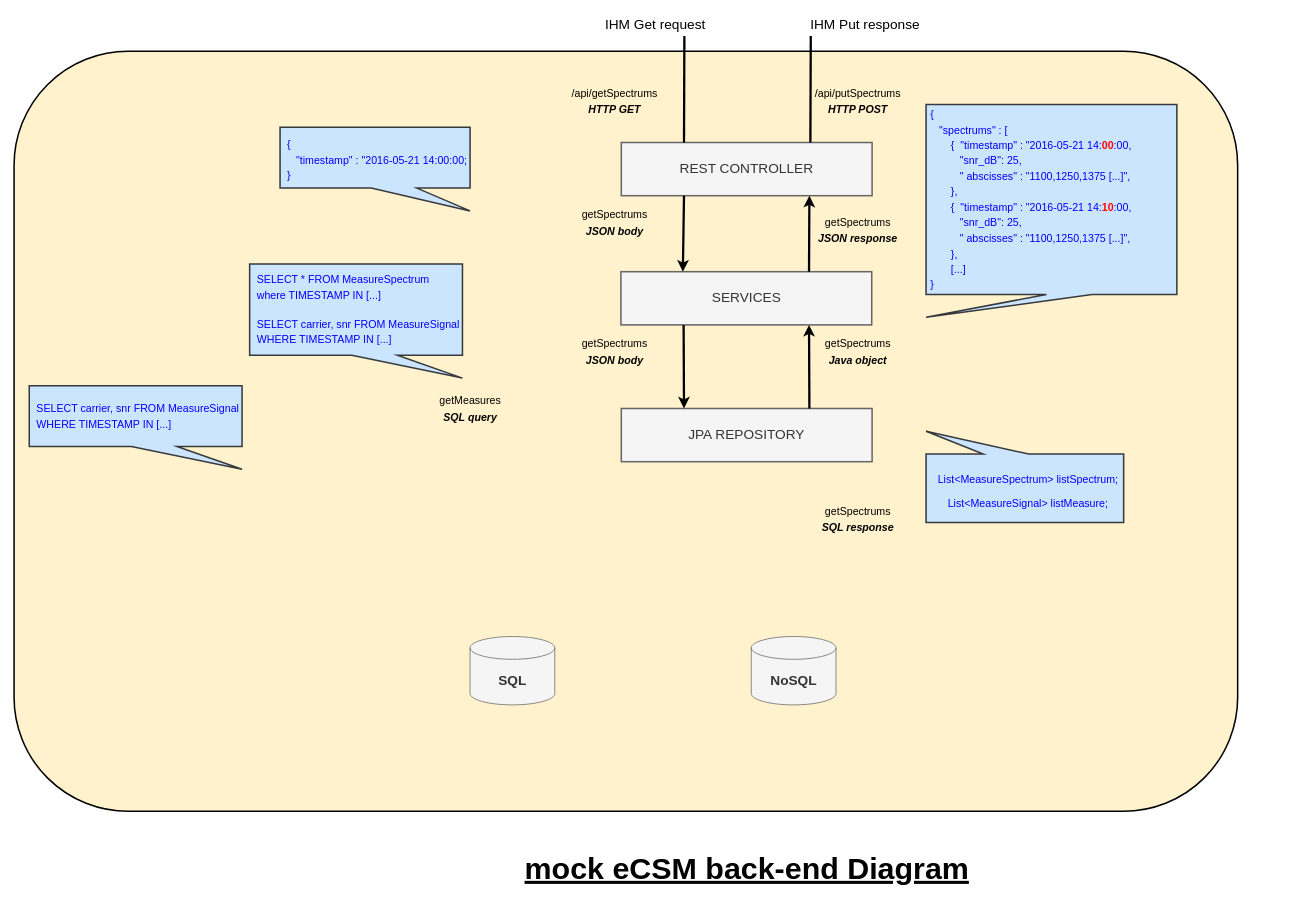
This is Diagram DTO - with NoSQL.drawio from Viperine2022/dockerapp, a draw.io file, before an edit. Source tidied: cells renumbered, new cells numbered last; positions are measured from the earlier drawing's top-left corner, leaving out a move shared by most shapes. Both pictures are drawn from the tidied source at 76%, with x=0, y=0 at pixel (14, 13).
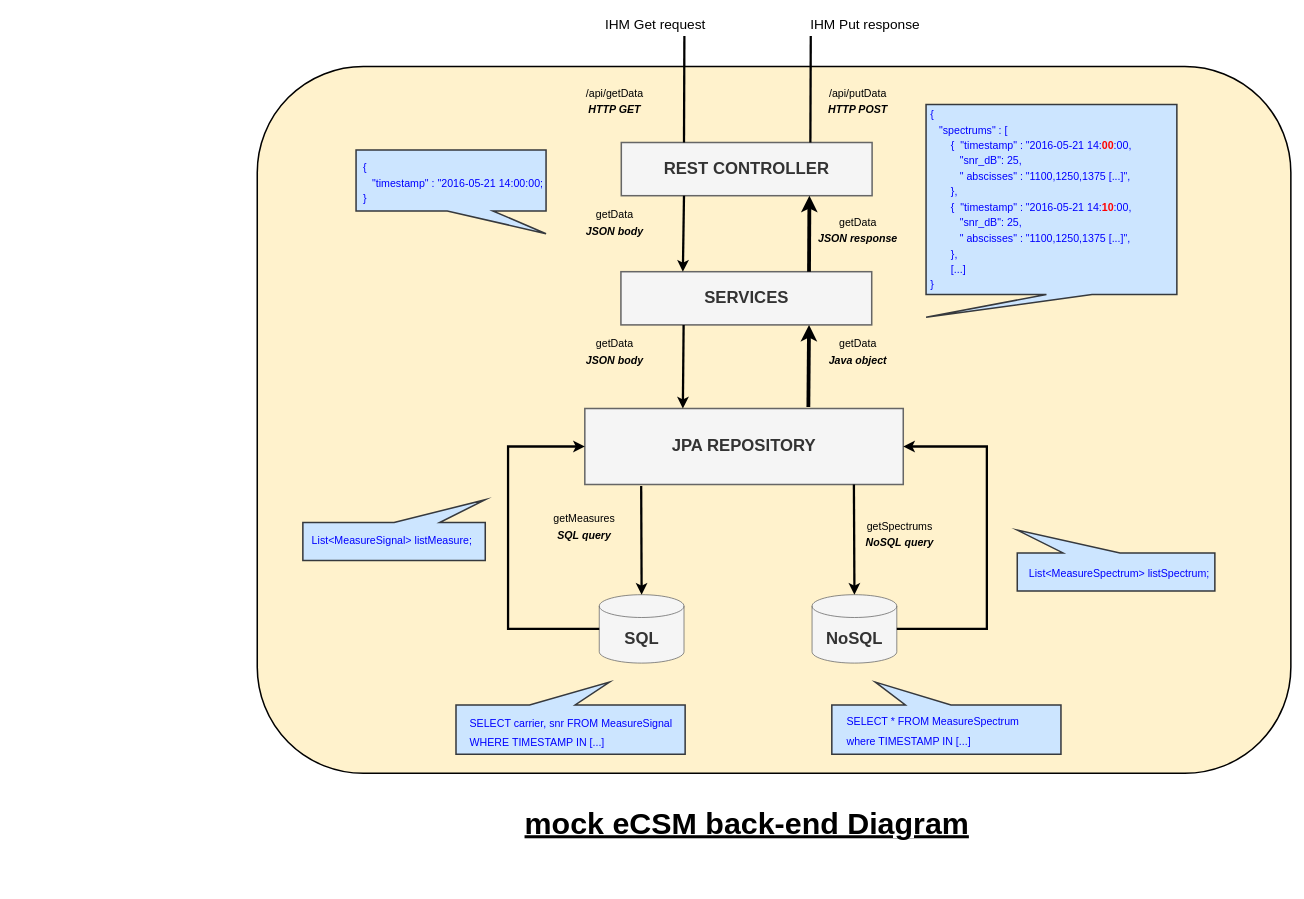
The same page after the edit.

Diff of the diagram source:
```diff
@@
     <mxCell id="2" style="rounded=1;whiteSpace=wrap;html=1;strokeColor=#000000;strokeWidth=2;fillColor=#fff2cc;" parent="1" vertex="1">
-      <mxGeometry y="50" width="1610" height="1000" as="geometry" />
+      <mxGeometry x="320" y="70" width="1360" height="930" as="geometry" />
     </mxCell>
-    <mxCell id="3" value="&lt;font style=&quot;font-size: 18px&quot;&gt;&lt;b&gt;&lt;font style=&quot;font-size: 18px&quot;&gt;SQL&lt;/font&gt;&lt;/b&gt;&lt;/font&gt;" style="shape=cylinder3;whiteSpace=wrap;html=1;boundedLbl=1;backgroundOutline=1;size=15;fillColor=#f5f5f5;fontColor=#333333;strokeColor=#666666;" parent="1" vertex="1">
-      <mxGeometry x="600" y="820" width="111.5" height="90" as="geometry" />
+    <mxCell id="3" value="&lt;font style=&quot;font-size: 22px&quot;&gt;&lt;b&gt;&lt;font style=&quot;font-size: 22px&quot;&gt;SQL&lt;/font&gt;&lt;/b&gt;&lt;/font&gt;" style="shape=cylinder3;whiteSpace=wrap;html=1;boundedLbl=1;backgroundOutline=1;size=15;fillColor=#f5f5f5;fontColor=#333333;strokeColor=#666666;" parent="1" vertex="1">
+      <mxGeometry x="770" y="765" width="111.5" height="90" as="geometry" />
     </mxCell>
     <mxCell id="4" value="&lt;font style=&quot;font-size: 40px&quot;&gt;&lt;font style=&quot;font-size: 40px&quot;&gt;&lt;u&gt;&lt;b&gt;&lt;font style=&quot;font-size: 40px&quot;&gt;mock eCSM back-end Diagram&lt;/font&gt;&lt;/b&gt;&lt;/u&gt;&lt;br&gt;&lt;/font&gt;&lt;/font&gt;" style="text;html=1;align=center;verticalAlign=middle;strokeColor=none;fillColor=none;" parent="1" vertex="1">
-      <mxGeometry x="664" y="1110" width="600" height="30" as="geometry" />
+      <mxGeometry x="664" y="1050" width="600" height="30" as="geometry" />
     </mxCell>
-    <mxCell id="5" value="&lt;font style=&quot;font-size: 18px&quot;&gt;REST CONTROLLER&lt;/font&gt;" style="rounded=0;whiteSpace=wrap;html=1;strokeWidth=2;fillColor=#f5f5f5;fontColor=#333333;strokeColor=#666666;" parent="1" vertex="1">
+    <mxCell id="5" value="&lt;b&gt;&lt;font style=&quot;font-size: 22px&quot;&gt;REST CONTROLLER&lt;/font&gt;&lt;/b&gt;" style="rounded=0;whiteSpace=wrap;html=1;strokeWidth=2;fillColor=#f5f5f5;fontColor=#333333;strokeColor=#666666;" parent="1" vertex="1">
       <mxGeometry x="799" y="170" width="330" height="70" as="geometry" />
     </mxCell>
@@
-    <mxCell id="7" value="&lt;font style=&quot;font-size: 18px&quot;&gt;SERVICES&lt;/font&gt;" style="rounded=0;whiteSpace=wrap;html=1;strokeWidth=2;fillColor=#f5f5f5;fontColor=#333333;strokeColor=#666666;" parent="1" vertex="1">
+    <mxCell id="7" value="&lt;font style=&quot;font-size: 22px&quot;&gt;&lt;b&gt;&lt;font style=&quot;font-size: 22px&quot;&gt;SERVICES&lt;/font&gt;&lt;/b&gt;&lt;/font&gt;" style="rounded=0;whiteSpace=wrap;html=1;strokeWidth=2;fillColor=#f5f5f5;fontColor=#333333;strokeColor=#666666;" parent="1" vertex="1">
       <mxGeometry x="798.5" y="340" width="330" height="70" as="geometry" />
     </mxCell>
@@
-    <mxCell id="9" value="&lt;font style=&quot;font-size: 18px&quot;&gt;JPA REPOSITORY&lt;/font&gt;" style="rounded=0;whiteSpace=wrap;html=1;strokeWidth=2;fillColor=#f5f5f5;fontColor=#333333;strokeColor=#666666;" parent="1" vertex="1">
-      <mxGeometry x="799" y="520" width="330" height="70" as="geometry" />
+    <mxCell id="9" value="&lt;b&gt;&lt;font style=&quot;font-size: 22px&quot;&gt;JPA REPOSITORY&lt;/font&gt;&lt;/b&gt;" style="rounded=0;whiteSpace=wrap;html=1;strokeWidth=2;fillColor=#f5f5f5;fontColor=#333333;strokeColor=#666666;" parent="1" vertex="1">
+      <mxGeometry x="751" y="520" width="419" height="100" as="geometry" />
     </mxCell>
-    <mxCell id="10" style="endArrow=classic;html=1;rounded=0;fontSize=18;strokeWidth=3;exitX=0.25;exitY=1;exitDx=0;exitDy=0;entryX=0.25;entryY=0;entryDx=0;entryDy=0;" parent="1" edge="1" source="7" target="9">
-      <mxGeometry relative="1" as="geometry" />
+    <mxCell id="10" style="endArrow=classic;html=1;rounded=0;fontSize=18;strokeWidth=3;exitX=0.25;exitY=1;exitDx=0;exitDy=0;" parent="1" edge="1" source="7">
+      <mxGeometry relative="1" as="geometry">
+        <mxPoint x="880" y="520" as="targetPoint" />
+      </mxGeometry>
     </mxCell>
-    <mxCell id="11" value="&lt;div&gt;&lt;font style=&quot;font-size: 14px&quot;&gt;getSpectrums&lt;/font&gt;&lt;/div&gt;&lt;div&gt;&lt;font style=&quot;font-size: 14px&quot;&gt;&lt;b&gt;&lt;i&gt;JSON body&lt;/i&gt;&lt;/b&gt;&lt;br&gt;&lt;/font&gt;&lt;/div&gt;" style="text;html=1;align=center;verticalAlign=middle;strokeColor=none;fillColor=none;fontSize=18;" parent="1" vertex="1">
-      <mxGeometry x="740" y="250" width="100" height="50" as="geometry" />
+    <mxCell id="11" value="&lt;div&gt;&lt;font style=&quot;font-size: 14px&quot;&gt;getData&lt;/font&gt;&lt;/div&gt;&lt;div&gt;&lt;font style=&quot;font-size: 14px&quot;&gt;&lt;b&gt;&lt;i&gt;JSON body&lt;/i&gt;&lt;/b&gt;&lt;br&gt;&lt;/font&gt;&lt;/div&gt;" style="text;html=1;align=center;verticalAlign=middle;strokeColor=none;fillColor=none;fontSize=18;" parent="1" vertex="1">
+      <mxGeometry x="745" y="250" width="90" height="50" as="geometry" />
     </mxCell>
-    <mxCell id="12" value="&lt;div&gt;&lt;font style=&quot;font-size: 14px&quot;&gt;getSpectrums&lt;/font&gt;&lt;/div&gt;&lt;div&gt;&lt;font style=&quot;font-size: 14px&quot;&gt;&lt;b&gt;&lt;i&gt;JSON body&lt;/i&gt;&lt;/b&gt;&lt;br&gt;&lt;/font&gt;&lt;/div&gt;" style="text;html=1;align=center;verticalAlign=middle;strokeColor=none;fillColor=none;fontSize=18;" parent="1" vertex="1">
-      <mxGeometry x="740" y="420" width="100" height="50" as="geometry" />
+    <mxCell id="12" value="&lt;div&gt;&lt;font style=&quot;font-size: 14px&quot;&gt;getData&lt;/font&gt;&lt;/div&gt;&lt;div&gt;&lt;font style=&quot;font-size: 14px&quot;&gt;&lt;b&gt;&lt;i&gt;JSON body&lt;/i&gt;&lt;/b&gt;&lt;br&gt;&lt;/font&gt;&lt;/div&gt;" style="text;html=1;align=center;verticalAlign=middle;strokeColor=none;fillColor=none;fontSize=18;" parent="1" vertex="1">
+      <mxGeometry x="745" y="420" width="90" height="50" as="geometry" />
     </mxCell>
     <mxCell id="13" value="&lt;div&gt;&lt;font style=&quot;font-size: 14px&quot;&gt;getMeasures&lt;/font&gt;&lt;/div&gt;&lt;div&gt;&lt;font style=&quot;font-size: 14px&quot;&gt;&lt;b&gt;&lt;i&gt;SQL query &lt;br&gt;&lt;/i&gt;&lt;/b&gt;&lt;/font&gt;&lt;/div&gt;" style="text;html=1;align=center;verticalAlign=middle;strokeColor=none;fillColor=none;fontSize=18;" parent="1" vertex="1">
-      <mxGeometry x="550" y="495" width="100" height="50" as="geometry" />
+      <mxGeometry x="700" y="650" width="100" height="50" as="geometry" />
     </mxCell>
-    <mxCell id="14" value="&lt;div&gt;&lt;font style=&quot;font-size: 14px&quot;&gt;getSpectrums&lt;/font&gt;&lt;/div&gt;&lt;div&gt;&lt;font style=&quot;font-size: 14px&quot;&gt;&lt;b&gt;&lt;i&gt;SQL response&lt;br&gt;&lt;/i&gt;&lt;/b&gt;&lt;/font&gt;&lt;/div&gt;" style="text;html=1;align=center;verticalAlign=middle;strokeColor=none;fillColor=none;fontSize=18;" parent="1" vertex="1">
-      <mxGeometry x="1055" y="640" width="110" height="50" as="geometry" />
+    <mxCell id="14" value="&lt;div&gt;&lt;font style=&quot;font-size: 14px&quot;&gt;getSpectrums&lt;/font&gt;&lt;/div&gt;&lt;div&gt;&lt;font style=&quot;font-size: 14px&quot;&gt;&lt;b&gt;&lt;i&gt;NoSQL query&lt;br&gt;&lt;/i&gt;&lt;/b&gt;&lt;/font&gt;&lt;/div&gt;" style="text;html=1;align=center;verticalAlign=middle;strokeColor=none;fillColor=none;fontSize=18;" parent="1" vertex="1">
+      <mxGeometry x="1115" y="660" width="100" height="50" as="geometry" />
     </mxCell>
-    <mxCell id="15" style="endArrow=classic;html=1;rounded=0;fontSize=18;strokeWidth=3;entryX=0.75;entryY=1;entryDx=0;entryDy=0;exitX=0.75;exitY=0;exitDx=0;exitDy=0;" parent="1" edge="1" source="9" target="7">
+    <mxCell id="15" style="endArrow=classic;html=1;rounded=0;fontSize=18;strokeWidth=5;entryX=0.75;entryY=1;entryDx=0;entryDy=0;exitX=0.702;exitY=-0.02;exitDx=0;exitDy=0;exitPerimeter=0;" parent="1" edge="1" source="9" target="7">
       <mxGeometry relative="1" as="geometry" />
     </mxCell>
-    <mxCell id="16" value="&lt;div&gt;&lt;font style=&quot;font-size: 14px&quot;&gt;getSpectrums&lt;/font&gt;&lt;/div&gt;&lt;div&gt;&lt;font style=&quot;font-size: 14px&quot;&gt;&lt;b&gt;&lt;i&gt;Java object&lt;br&gt;&lt;/i&gt;&lt;/b&gt;&lt;/font&gt;&lt;/div&gt;" style="text;html=1;align=center;verticalAlign=middle;strokeColor=none;fillColor=none;fontSize=18;" parent="1" vertex="1">
-      <mxGeometry x="1060" y="420" width="100" height="50" as="geometry" />
+    <mxCell id="16" value="&lt;div&gt;&lt;font style=&quot;font-size: 14px&quot;&gt;getData&lt;/font&gt;&lt;/div&gt;&lt;div&gt;&lt;font style=&quot;font-size: 14px&quot;&gt;&lt;b&gt;&lt;i&gt;Java object&lt;br&gt;&lt;/i&gt;&lt;/b&gt;&lt;/font&gt;&lt;/div&gt;" style="text;html=1;align=center;verticalAlign=middle;strokeColor=none;fillColor=none;fontSize=18;" parent="1" vertex="1">
+      <mxGeometry x="1065" y="420" width="90" height="50" as="geometry" />
     </mxCell>
-    <mxCell id="17" style="endArrow=classic;html=1;rounded=0;fontSize=18;strokeWidth=3;exitX=0.75;exitY=0;exitDx=0;exitDy=0;entryX=0.75;entryY=1;entryDx=0;entryDy=0;" parent="1" edge="1" source="7" target="5">
+    <mxCell id="17" style="endArrow=classic;html=1;rounded=0;fontSize=18;strokeWidth=5;exitX=0.75;exitY=0;exitDx=0;exitDy=0;entryX=0.75;entryY=1;entryDx=0;entryDy=0;" parent="1" edge="1" source="7" target="5">
       <mxGeometry relative="1" as="geometry" />
     </mxCell>
-    <mxCell id="18" value="&lt;div&gt;&lt;font style=&quot;font-size: 14px&quot;&gt;getSpectrums&lt;/font&gt;&lt;/div&gt;&lt;div&gt;&lt;font style=&quot;font-size: 14px&quot;&gt;&lt;b&gt;&lt;i&gt;JSON response&lt;br&gt;&lt;/i&gt;&lt;/b&gt;&lt;/font&gt;&lt;/div&gt;" style="text;html=1;align=center;verticalAlign=middle;strokeColor=none;fillColor=none;fontSize=18;" parent="1" vertex="1">
+    <mxCell id="18" value="&lt;div&gt;&lt;font style=&quot;font-size: 14px&quot;&gt;getData&lt;/font&gt;&lt;/div&gt;&lt;div&gt;&lt;font style=&quot;font-size: 14px&quot;&gt;&lt;b&gt;&lt;i&gt;JSON response&lt;br&gt;&lt;/i&gt;&lt;/b&gt;&lt;/font&gt;&lt;/div&gt;" style="text;html=1;align=center;verticalAlign=middle;strokeColor=none;fillColor=none;fontSize=18;" parent="1" vertex="1">
       <mxGeometry x="1050" y="260" width="120" height="50" as="geometry" />
     </mxCell>
     <mxCell id="19" value="&lt;p&gt;&lt;font style=&quot;font-size: 14px&quot; color=&quot;#0000FF&quot;&gt;&lt;br&gt;&lt;/font&gt;&lt;/p&gt;&lt;p&gt;&lt;font style=&quot;font-size: 14px&quot; color=&quot;#0000FF&quot;&gt;&amp;nbsp; {&lt;br&gt;&amp;nbsp; &amp;nbsp;&amp;nbsp; &quot;timestamp&quot; : &quot;2016-05-21 14:00:00;&lt;font style=&quot;font-size: 14px&quot;&gt;&lt;br&gt;&amp;nbsp; }&lt;/font&gt;&lt;br&gt;&lt;/font&gt;&lt;/p&gt;&lt;p style=&quot;font-size: 14px&quot; align=&quot;left&quot;&gt;&lt;font style=&quot;font-size: 14px&quot; color=&quot;#0000FF&quot;&gt;&lt;br&gt;&lt;/font&gt;&lt;/p&gt;" style="shape=callout;whiteSpace=wrap;html=1;perimeter=calloutPerimeter;fontSize=17;strokeColor=#36393d;strokeWidth=2;position2=1;base=60;size=30;position=0.48;fillColor=#cce5ff;align=left;" parent="1" vertex="1">
-      <mxGeometry x="350" y="150" width="250" height="110" as="geometry" />
+      <mxGeometry x="450" y="180" width="250" height="110" as="geometry" />
     </mxCell>
-    <mxCell id="20" value="&lt;p&gt;&lt;font style=&quot;font-size: 14px&quot; color=&quot;#0000FF&quot;&gt;&amp;nbsp; SELECT carrier, snr FROM MeasureSignal &lt;br&gt;&amp;nbsp; WHERE TIMESTAMP IN [...]&lt;br&gt;&lt;/font&gt;&lt;/p&gt;" style="shape=callout;whiteSpace=wrap;html=1;perimeter=calloutPerimeter;fontSize=17;strokeColor=#36393d;strokeWidth=2;position2=1;base=60;size=30;position=0.48;fillColor=#cce5ff;align=left;" parent="1" vertex="1">
-      <mxGeometry x="20" y="490" width="280" height="110" as="geometry" />
+    <mxCell id="20" style="shape=callout;whiteSpace=wrap;html=1;perimeter=calloutPerimeter;fontSize=17;strokeColor=#36393d;strokeWidth=2;position2=0.33;base=60;size=30;position=0.48;fillColor=#cce5ff;align=left;rotation=-180;" parent="1" vertex="1">
+      <mxGeometry x="581.5" y="880" width="301.5" height="95" as="geometry" />
     </mxCell>
-    <mxCell id="21" style="shape=callout;whiteSpace=wrap;html=1;perimeter=calloutPerimeter;fontSize=17;strokeColor=#36393d;strokeWidth=2;position2=1;base=60;size=30;position=0.48;fillColor=#cce5ff;align=left;rotation=-180;" parent="1" vertex="1">
-      <mxGeometry x="1200" y="550" width="260" height="120" as="geometry" />
+    <mxCell id="21" style="shape=callout;whiteSpace=wrap;html=1;perimeter=calloutPerimeter;fontSize=17;strokeColor=#36393d;strokeWidth=2;position2=0;base=60;size=30;position=0.25;fillColor=#cce5ff;align=left;rotation=-180;" parent="1" vertex="1">
+      <mxGeometry x="380" y="640" width="240" height="80" as="geometry" />
     </mxCell>
@@
-    <mxCell id="23" value="&lt;br&gt;&lt;p&gt;&lt;font style=&quot;font-size: 14px&quot; color=&quot;#0000FF&quot;&gt;&amp;nbsp; List&amp;lt;MeasureSpectrum&amp;gt; listSpectrum;&lt;/font&gt;&lt;/p&gt;&lt;p&gt;&lt;font style=&quot;font-size: 14px&quot; color=&quot;#0000FF&quot;&gt;&amp;nbsp; List&amp;lt;MeasureSignal&amp;gt; listMeasure;&lt;br&gt;&lt;/font&gt;&lt;/p&gt;&lt;br&gt;&lt;br&gt;" style="text;html=1;align=center;verticalAlign=middle;strokeColor=none;fillColor=none;fontSize=14;fontFamily=Helvetica;fontColor=#0000FF;" parent="1" vertex="1">
-      <mxGeometry x="1200" y="572.5" width="260" height="130" as="geometry" />
+    <mxCell id="23" value="&lt;div&gt;&lt;font style=&quot;font-size: 14px&quot; color=&quot;#0000FF&quot;&gt;&lt;br&gt;&lt;/font&gt;&lt;/div&gt;&lt;div&gt;&lt;font style=&quot;font-size: 14px&quot; color=&quot;#0000FF&quot;&gt;&amp;nbsp;List&amp;lt;MeasureSignal&amp;gt; listMeasure;&lt;/font&gt;&lt;/div&gt;" style="text;html=1;align=center;verticalAlign=middle;strokeColor=none;fillColor=none;fontSize=14;fontFamily=Helvetica;fontColor=#0000FF;" parent="1" vertex="1">
+      <mxGeometry x="380" y="665" width="230" height="40" as="geometry" />
     </mxCell>
@@
-    <mxCell id="26" value="&lt;div&gt;&lt;font style=&quot;font-size: 14px&quot;&gt;/api/getSpectrums&lt;/font&gt;&lt;/div&gt;&lt;div&gt;&lt;font style=&quot;font-size: 14px&quot;&gt;&lt;i&gt;&lt;b&gt;HTTP GET&lt;/b&gt;&lt;/i&gt;&lt;br&gt;&lt;/font&gt;&lt;/div&gt;" style="text;html=1;align=center;verticalAlign=middle;strokeColor=none;fillColor=none;fontSize=18;" parent="1" vertex="1">
-      <mxGeometry x="725" y="90" width="130" height="50" as="geometry" />
+    <mxCell id="26" value="&lt;div&gt;&lt;font style=&quot;font-size: 14px&quot;&gt;/api/getData&lt;/font&gt;&lt;/div&gt;&lt;div&gt;&lt;font style=&quot;font-size: 14px&quot;&gt;&lt;i&gt;&lt;b&gt;HTTP GET&lt;/b&gt;&lt;/i&gt;&lt;br&gt;&lt;/font&gt;&lt;/div&gt;" style="text;html=1;align=center;verticalAlign=middle;strokeColor=none;fillColor=none;fontSize=18;" parent="1" vertex="1">
+      <mxGeometry x="745" y="90" width="90" height="50" as="geometry" />
     </mxCell>
-    <mxCell id="27" value="&lt;div&gt;&lt;font style=&quot;font-size: 14px&quot;&gt;/api/putSpectrums&lt;/font&gt;&lt;/div&gt;&lt;div&gt;&lt;font style=&quot;font-size: 14px&quot;&gt;&lt;i&gt;&lt;b&gt;HTTP POST&lt;/b&gt;&lt;/i&gt;&lt;br&gt;&lt;/font&gt;&lt;/div&gt;" style="text;html=1;align=center;verticalAlign=middle;strokeColor=none;fillColor=none;fontSize=18;" parent="1" vertex="1">
-      <mxGeometry x="1045" y="90" width="130" height="50" as="geometry" />
+    <mxCell id="27" value="&lt;div&gt;&lt;font style=&quot;font-size: 14px&quot;&gt;/api/putData&lt;/font&gt;&lt;/div&gt;&lt;div&gt;&lt;font style=&quot;font-size: 14px&quot;&gt;&lt;i&gt;&lt;b&gt;HTTP POST&lt;/b&gt;&lt;/i&gt;&lt;br&gt;&lt;/font&gt;&lt;/div&gt;" style="text;html=1;align=center;verticalAlign=middle;strokeColor=none;fillColor=none;fontSize=18;" parent="1" vertex="1">
+      <mxGeometry x="1065" y="90" width="90" height="50" as="geometry" />
     </mxCell>
@@
-    <mxCell id="29" value="&lt;p&gt;&lt;font style=&quot;font-size: 14px&quot; color=&quot;#0000FF&quot;&gt;&amp;nbsp; SELECT * FROM MeasureSpectrum&lt;br&gt;&amp;nbsp; where TIMESTAMP IN [...]&lt;br&gt;&lt;/font&gt;&lt;/p&gt;&lt;p&gt;&lt;font style=&quot;font-size: 14px&quot; color=&quot;#0000FF&quot;&gt;&amp;nbsp; SELECT carrier, snr FROM MeasureSignal &lt;br&gt;&amp;nbsp; WHERE TIMESTAMP IN [...]&lt;br&gt;&lt;/font&gt;&lt;/p&gt;" style="shape=callout;whiteSpace=wrap;html=1;perimeter=calloutPerimeter;fontSize=17;strokeColor=#36393d;strokeWidth=2;position2=1;base=60;size=30;position=0.48;fillColor=#cce5ff;align=left;" parent="1" vertex="1">
-      <mxGeometry x="310" y="330" width="280" height="150" as="geometry" />
-    </mxCell>
-    <mxCell id="30" value="&lt;b&gt;&lt;font style=&quot;font-size: 18px&quot;&gt;NoSQL&lt;/font&gt;&lt;/b&gt;" style="shape=cylinder3;whiteSpace=wrap;html=1;boundedLbl=1;backgroundOutline=1;size=15;fillColor=#f5f5f5;fontColor=#333333;strokeColor=#666666;" parent="1" vertex="1">
-      <mxGeometry x="970" y="820" width="111.5" height="90" as="geometry" />
+    <mxCell id="30" value="&lt;font style=&quot;font-size: 22px&quot;&gt;&lt;b&gt;&lt;font style=&quot;font-size: 22px&quot;&gt;NoSQL&lt;/font&gt;&lt;/b&gt;&lt;/font&gt;" style="shape=cylinder3;whiteSpace=wrap;html=1;boundedLbl=1;backgroundOutline=1;size=15;fillColor=#f5f5f5;fontColor=#333333;strokeColor=#666666;" parent="1" vertex="1">
+      <mxGeometry x="1050" y="765" width="111.5" height="90" as="geometry" />
     </mxCell>
+    <mxCell id="31" style="endArrow=classic;html=1;rounded=0;fontSize=22;entryX=0.5;entryY=0;entryDx=0;entryDy=0;entryPerimeter=0;strokeWidth=3;exitX=0.177;exitY=1.02;exitDx=0;exitDy=0;exitPerimeter=0;" parent="1" edge="1" source="9" target="3">
+      <mxGeometry relative="1" as="geometry" />
+    </mxCell>
+    <mxCell id="32" style="endArrow=classic;html=1;rounded=0;fontSize=22;strokeWidth=3;entryX=0.5;entryY=0;entryDx=0;entryDy=0;entryPerimeter=0;exitX=0.845;exitY=1;exitDx=0;exitDy=0;exitPerimeter=0;" parent="1" edge="1" source="9" target="30">
+      <mxGeometry relative="1" as="geometry" />
+    </mxCell>
+    <mxCell id="33" value="&lt;p&gt;&lt;font style=&quot;font-size: 14px&quot; color=&quot;#0000FF&quot;&gt;&amp;nbsp; SELECT carrier, snr FROM MeasureSignal &lt;br&gt;&amp;nbsp; WHERE TIMESTAMP IN [...]&lt;br&gt;&lt;/font&gt;&lt;/p&gt;&lt;p&gt;&lt;font style=&quot;font-size: 14px&quot; color=&quot;#0000FF&quot;&gt;&lt;br&gt;&lt;/font&gt;&lt;/p&gt;" style="text;whiteSpace=wrap;html=1;fontSize=22;" parent="1" vertex="1">
+      <mxGeometry x="590" y="890" width="291.5" height="190" as="geometry" />
+    </mxCell>
+    <mxCell id="34" style="shape=callout;whiteSpace=wrap;html=1;perimeter=calloutPerimeter;fontSize=17;strokeColor=#36393d;strokeWidth=2;position2=1;base=75;size=30;position=0.48;fillColor=#cce5ff;align=left;rotation=-180;" parent="1" vertex="1">
+      <mxGeometry x="1320" y="680" width="260" height="80" as="geometry" />
+    </mxCell>
+    <mxCell id="35" value="&lt;font style=&quot;font-size: 14px&quot; color=&quot;#0000FF&quot;&gt;&amp;nbsp; List&amp;lt;MeasureSpectrum&amp;gt; listSpectrum;&lt;/font&gt;&lt;p&gt;&lt;font style=&quot;font-size: 14px&quot; color=&quot;#0000FF&quot;&gt;&lt;br&gt;&lt;/font&gt;&lt;/p&gt;&lt;p&gt;&lt;font style=&quot;font-size: 14px&quot; color=&quot;#0000FF&quot;&gt;&lt;br&gt;&lt;/font&gt;&lt;/p&gt;&lt;p&gt;&lt;font style=&quot;font-size: 14px&quot; color=&quot;#0000FF&quot;&gt;&lt;br&gt;&lt;/font&gt;&lt;/p&gt;" style="text;html=1;align=center;verticalAlign=middle;strokeColor=none;fillColor=none;fontSize=14;fontFamily=Helvetica;fontColor=#0000FF;" parent="1" vertex="1">
+      <mxGeometry x="1320" y="725" width="260" height="130" as="geometry" />
+    </mxCell>
+    <mxCell id="36" style="endArrow=classic;html=1;rounded=0;fontSize=22;strokeWidth=3;exitX=0;exitY=0.5;exitDx=0;exitDy=0;exitPerimeter=0;entryX=0;entryY=0.5;entryDx=0;entryDy=0;" parent="1" edge="1" source="3" target="9">
+      <mxGeometry relative="1" as="geometry">
+        <Array as="points">
+          <mxPoint x="650" y="810" />
+          <mxPoint x="650" y="570" />
+        </Array>
+      </mxGeometry>
+    </mxCell>
+    <mxCell id="37" style="endArrow=classic;html=1;rounded=0;fontSize=22;strokeWidth=3;exitX=1;exitY=0.5;exitDx=0;exitDy=0;exitPerimeter=0;entryX=1;entryY=0.5;entryDx=0;entryDy=0;" parent="1" edge="1" source="30" target="9">
+      <mxGeometry relative="1" as="geometry">
+        <Array as="points">
+          <mxPoint x="1280" y="810" />
+          <mxPoint x="1280" y="570" />
+        </Array>
+      </mxGeometry>
+    </mxCell>
+    <mxCell id="38" style="shape=callout;whiteSpace=wrap;html=1;perimeter=calloutPerimeter;fontSize=17;strokeColor=#36393d;strokeWidth=2;position2=0.81;base=60;size=30;position=0.48;fillColor=#cce5ff;align=left;rotation=-180;" parent="1" vertex="1">
+      <mxGeometry x="1076" y="880" width="301.5" height="95" as="geometry" />
+    </mxCell>
+    <mxCell id="39" value="&lt;font style=&quot;font-size: 14px&quot; color=&quot;#0000FF&quot;&gt;&amp;nbsp; SELECT * FROM MeasureSpectrum&lt;br&gt;&amp;nbsp; where TIMESTAMP IN [...]&lt;/font&gt;" style="text;whiteSpace=wrap;html=1;fontSize=22;" parent="1" vertex="1">
+      <mxGeometry x="1086" y="910" width="291.5" height="101" as="geometry" />
+    </mxCell>
```
